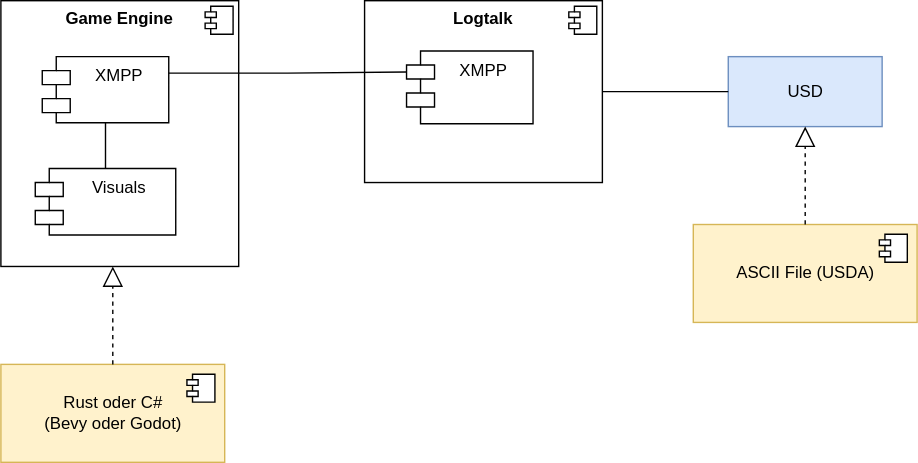
Earlier version of the draw.io export doc/Main_Arch.svg (hnbeck/ECTrafficModeller). Source tidied: cells renumbered, new cells last; positions are measured from the earlier drawing's top-left corner, leaving out a move shared by most shapes. Source of this version:
```xml
<mxGraphModel>
  <root>
    <mxCell id="0" />
    <mxCell id="1" parent="0" />
    <mxCell id="2" style="group;rounded=0;flipV=0;flipH=0;" parent="1" vertex="1">
      <mxGeometry x="260" width="170" height="130" as="geometry" />
    </mxCell>
    <mxCell id="3" value="&lt;p style=&quot;margin: 0px ; margin-top: 6px ; text-align: center&quot;&gt;&lt;b&gt;Logtalk&lt;/b&gt;&lt;/p&gt;" style="align=left;overflow=fill;html=1;rounded=0;" parent="2" vertex="1">
      <mxGeometry width="170" height="130" as="geometry" />
    </mxCell>
    <mxCell id="4" style="shape=component;jettyWidth=8;jettyHeight=4;rounded=0;" parent="3" vertex="1">
      <mxGeometry x="1" width="20" height="20" relative="1" as="geometry">
        <mxPoint x="-24" y="4" as="offset" />
      </mxGeometry>
    </mxCell>
    <mxCell id="5" value="XMPP" style="shape=module;align=left;spacingLeft=20;align=center;verticalAlign=top;rounded=0;flipV=0;flipH=0;" parent="2" vertex="1">
      <mxGeometry x="30" y="36" width="90.4" height="52" as="geometry" />
    </mxCell>
    <mxCell id="6" style="group;rounded=0;" parent="1" vertex="1">
      <mxGeometry width="170" height="190" as="geometry" />
    </mxCell>
    <mxCell id="7" value="&lt;p style=&quot;margin: 0px ; margin-top: 6px ; text-align: center&quot;&gt;&lt;b&gt;Game Engine&lt;/b&gt;&lt;/p&gt;" style="align=left;overflow=fill;html=1;rounded=0;" parent="6" vertex="1">
      <mxGeometry width="170" height="190" as="geometry" />
    </mxCell>
    <mxCell id="8" style="shape=component;jettyWidth=8;jettyHeight=4;rounded=0;" parent="7" vertex="1">
      <mxGeometry x="1" width="20" height="20" relative="1" as="geometry">
        <mxPoint x="-24" y="4" as="offset" />
      </mxGeometry>
    </mxCell>
    <mxCell id="9" value="XMPP" style="shape=module;align=left;spacingLeft=20;align=center;verticalAlign=top;rounded=0;" parent="6" vertex="1">
      <mxGeometry x="29.6" y="40" width="90.4" height="47.2" as="geometry" />
    </mxCell>
    <mxCell id="10" value="Visuals" style="shape=module;align=left;spacingLeft=20;align=center;verticalAlign=top;" parent="6" vertex="1">
      <mxGeometry x="24.6" y="120" width="100.4" height="47.5" as="geometry" />
    </mxCell>
    <mxCell id="11" style="endArrow=none;html=1;edgeStyle=orthogonalEdgeStyle;exitX=0.5;exitY=1;exitDx=0;exitDy=0;rounded=0;entryX=0.5;entryY=0;entryDx=0;entryDy=0;" parent="6" edge="1" source="9" target="10">
      <mxGeometry relative="1" as="geometry" />
    </mxCell>
    <mxCell id="12" value="USD" style="html=1;fillColor=#dae8fc;strokeColor=#6c8ebf;" parent="1" vertex="1">
      <mxGeometry x="520" y="40" width="110" height="50" as="geometry" />
    </mxCell>
    <mxCell id="13" style="endArrow=none;html=1;edgeStyle=orthogonalEdgeStyle;exitX=1;exitY=0.25;exitDx=0;exitDy=0;rounded=0;entryX=0;entryY=0;entryDx=0;entryDy=15;entryPerimeter=0;" parent="1" edge="1" source="9" target="5">
      <mxGeometry relative="1" as="geometry" />
    </mxCell>
    <mxCell id="14" style="endArrow=none;html=1;edgeStyle=orthogonalEdgeStyle;exitX=1;exitY=0.5;exitDx=0;exitDy=0;entryX=0;entryY=0.5;entryDx=0;entryDy=0;rounded=0;" parent="1" edge="1" source="3" target="12">
      <mxGeometry relative="1" as="geometry" />
    </mxCell>
    <mxCell id="15" value="Rust oder C#&lt;br&gt;(Bevy oder Godot)" style="html=1;fillColor=#fff2cc;strokeColor=#d6b656;" parent="1" vertex="1">
      <mxGeometry y="260" width="160" height="70" as="geometry" />
    </mxCell>
    <mxCell id="16" style="shape=module;jettyWidth=8;jettyHeight=4;" parent="15" vertex="1">
      <mxGeometry x="1" width="20" height="20" relative="1" as="geometry">
        <mxPoint x="-27" y="7" as="offset" />
      </mxGeometry>
    </mxCell>
    <mxCell id="17" style="endArrow=block;dashed=1;endFill=0;endSize=12;html=1;rounded=0;exitX=0.5;exitY=0;exitDx=0;exitDy=0;" parent="1" edge="1" source="15">
      <mxGeometry relative="1" as="geometry">
        <mxPoint x="80" y="190" as="targetPoint" />
      </mxGeometry>
    </mxCell>
    <mxCell id="18" value="ASCII File (USDA)" style="html=1;fillColor=#fff2cc;strokeColor=#d6b656;" parent="1" vertex="1">
      <mxGeometry x="495" y="160" width="160" height="70" as="geometry" />
    </mxCell>
    <mxCell id="19" style="shape=module;jettyWidth=8;jettyHeight=4;" parent="18" vertex="1">
      <mxGeometry x="1" width="20" height="20" relative="1" as="geometry">
        <mxPoint x="-27" y="7" as="offset" />
      </mxGeometry>
    </mxCell>
    <mxCell id="20" style="endArrow=block;dashed=1;endFill=0;endSize=12;html=1;rounded=0;exitX=0.5;exitY=0;exitDx=0;exitDy=0;" parent="1" edge="1" source="18" target="12">
      <mxGeometry relative="1" as="geometry" />
    </mxCell>
  </root>
</mxGraphModel>
```
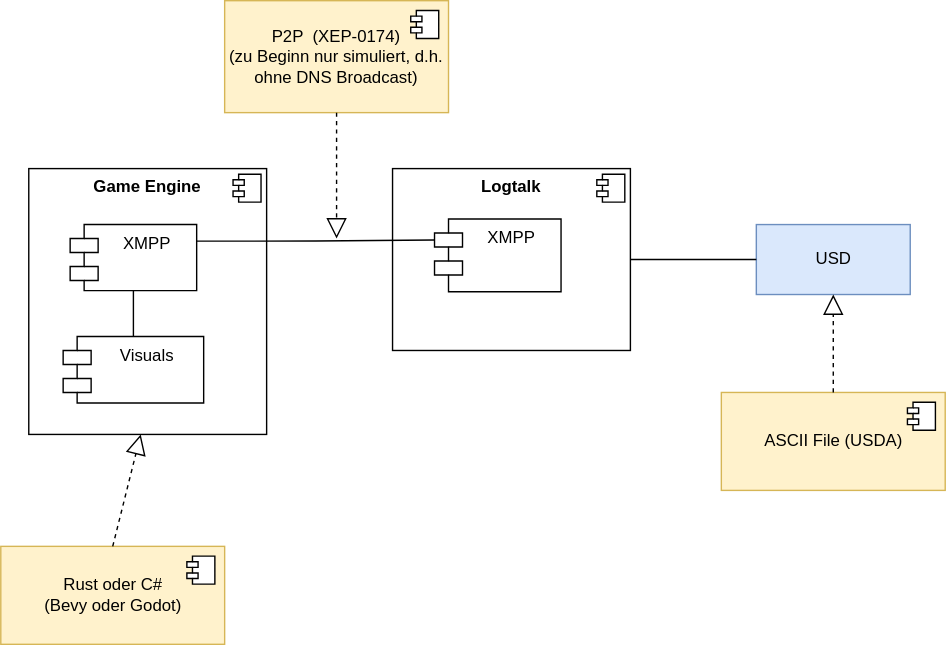
Above is the later version.

The edit, as a diff of the source:
```diff
@@ -46,7 +46,7 @@
       <mxGeometry relative="1" as="geometry" />
     </mxCell>
     <mxCell id="15" value="Rust oder C#&lt;br&gt;(Bevy oder Godot)" style="html=1;fillColor=#fff2cc;strokeColor=#d6b656;" parent="1" vertex="1">
-      <mxGeometry y="260" width="160" height="70" as="geometry" />
+      <mxGeometry x="-20" y="270" width="160" height="70" as="geometry" />
     </mxCell>
     <mxCell id="16" style="shape=module;jettyWidth=8;jettyHeight=4;" parent="15" vertex="1">
       <mxGeometry x="1" width="20" height="20" relative="1" as="geometry">
@@ -69,5 +69,18 @@
     <mxCell id="20" style="endArrow=block;dashed=1;endFill=0;endSize=12;html=1;rounded=0;exitX=0.5;exitY=0;exitDx=0;exitDy=0;" parent="1" edge="1" source="18" target="12">
       <mxGeometry relative="1" as="geometry" />
     </mxCell>
+    <mxCell id="21" value="P2P &amp;nbsp;(XEP-0174)&lt;br&gt;(zu Beginn nur simuliert, d.h. ohne DNS Broadcast)" style="html=1;fillColor=#fff2cc;strokeColor=#d6b656;whiteSpace=wrap;" parent="1" vertex="1">
+      <mxGeometry x="140" y="-120" width="160" height="80" as="geometry" />
+    </mxCell>
+    <mxCell id="22" style="shape=module;jettyWidth=8;jettyHeight=4;" parent="21" vertex="1">
+      <mxGeometry x="1" width="20" height="20" relative="1" as="geometry">
+        <mxPoint x="-27" y="7" as="offset" />
+      </mxGeometry>
+    </mxCell>
+    <mxCell id="23" style="endArrow=block;dashed=1;endFill=0;endSize=12;html=1;rounded=0;exitX=0.5;exitY=1;exitDx=0;exitDy=0;" parent="1" edge="1" source="21">
+      <mxGeometry relative="1" as="geometry">
+        <mxPoint x="220" y="50" as="targetPoint" />
+      </mxGeometry>
+    </mxCell>
   </root>
 </mxGraphModel>
```
